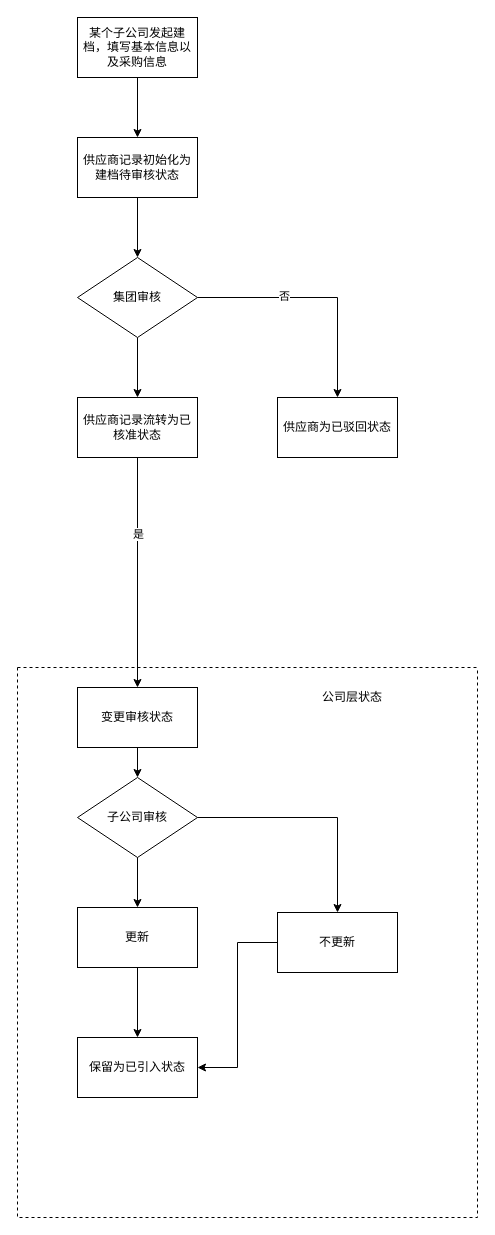
This is gitskills/供应商资料更新流程.drawio from benbenbo/learngit, a draw.io file, before an edit. Source tidied: cells renumbered, new cells numbered last; positions are measured from the earlier drawing's top-left corner, leaving out a move shared by most shapes. Both pictures are drawn from the tidied source at 100%, with x=0, y=0 at pixel (17, 17).
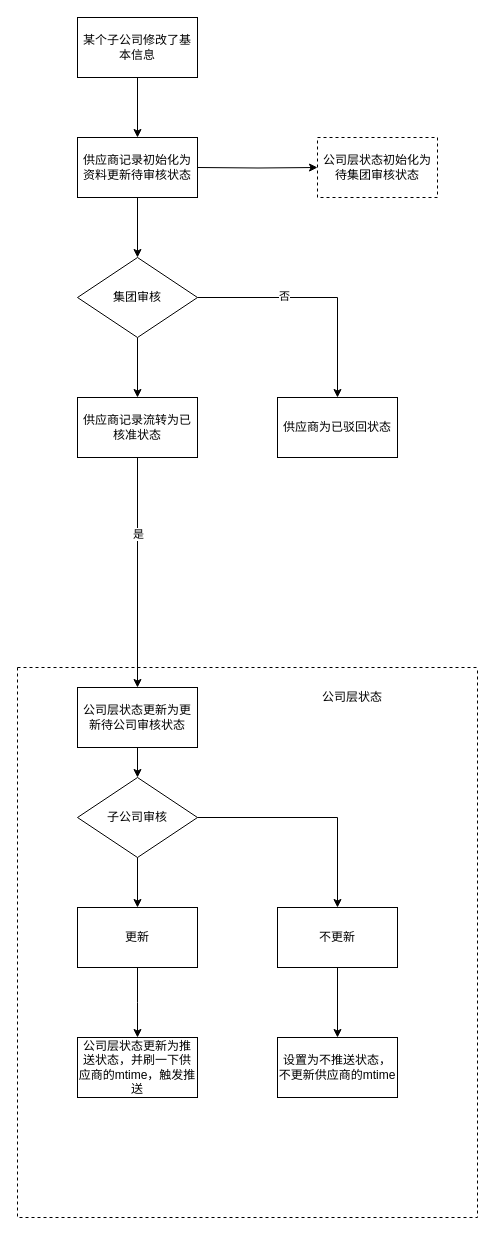
After the change.

Commit message:
Update 供应商资料更新流程.drawio

The change refers to these unchanged cells:
```xml
<mxCell id="13" style="swimlane;startSize=0;dashed=1;fillColor=none;gradientColor=none;" parent="1" vertex="1">
  <mxGeometry y="650" width="460" height="550" as="geometry" />
</mxCell>
<mxCell id="18" value="更新" style="rounded=0;whiteSpace=wrap;html=1;" parent="13" vertex="1">
  <mxGeometry x="60" y="240" width="120" height="60" as="geometry" />
</mxCell>
```

What changed in the source:
```diff
@@
-    <mxCell id="3" value="某个子公司发起建档，填写基本信息以及采购信息" style="rounded=0;whiteSpace=wrap;html=1;" parent="1" vertex="1">
+    <mxCell id="3" value="某个子公司修改了基本信息" style="rounded=0;whiteSpace=wrap;html=1;" parent="1" vertex="1">
       <mxGeometry x="60" width="120" height="60" as="geometry" />
     </mxCell>
@@
-    <mxCell id="5" value="供应商记录初始化为建档待审核状态" style="rounded=0;whiteSpace=wrap;html=1;" parent="1" vertex="1">
+    <mxCell id="5" value="供应商记录初始化为资料更新待审核状态" style="rounded=0;whiteSpace=wrap;html=1;" parent="1" vertex="1">
       <mxGeometry x="60" y="120" width="120" height="60" as="geometry" />
     </mxCell>
@@
-    <mxCell id="17" style="edgeStyle=orthogonalEdgeStyle;rounded=0;jettySize=auto;html=1;entryX=0.5;entryY=0;entryDx=0;entryDy=0;" parent="13" edge="1" source="18" target="21">
-      <mxGeometry relative="1" as="geometry" />
+    <mxCell id="17" style="edgeStyle=orthogonalEdgeStyle;rounded=0;jettySize=auto;html=1;entryX=0.5;entryY=0;entryDx=0;entryDy=0;" parent="13" edge="1" source="18">
+      <mxGeometry relative="1" as="geometry">
+        <mxPoint x="120" y="370" as="targetPoint" />
+      </mxGeometry>
     </mxCell>
@@
-    <mxCell id="20" value="变更审核状态" style="rounded=0;whiteSpace=wrap;html=1;" parent="13" vertex="1">
+    <mxCell id="20" value="公司层状态更新为更新待公司审核状态" style="rounded=0;whiteSpace=wrap;html=1;" parent="13" vertex="1">
       <mxGeometry x="60" y="20" width="120" height="60" as="geometry" />
     </mxCell>
-    <mxCell id="21" value="保留为已引入状态" style="rounded=0;whiteSpace=wrap;html=1;fillColor=none;gradientColor=none;" parent="13" vertex="1">
-      <mxGeometry x="60" y="370" width="120" height="60" as="geometry" />
-    </mxCell>
-    <mxCell id="22" style="edgeStyle=orthogonalEdgeStyle;rounded=0;jettySize=auto;html=1;entryX=1;entryY=0.5;entryDx=0;entryDy=0;" parent="13" edge="1" source="23" target="21">
-      <mxGeometry relative="1" as="geometry" />
-    </mxCell>
+    <mxCell id="26" style="edgeStyle=orthogonalEdgeStyle;rounded=0;jettySize=auto;html=1;entryX=0.5;entryY=0;entryDx=0;entryDy=0;" parent="13" edge="1" source="23" target="28">
+      <mxGeometry relative="1" as="geometry" />
+    </mxCell>
     <mxCell id="23" value="不更新" style="rounded=0;whiteSpace=wrap;html=1;fillColor=none;gradientColor=none;" parent="13" vertex="1">
-      <mxGeometry x="260" y="245" width="120" height="60" as="geometry" />
+      <mxGeometry x="260" y="240" width="120" height="60" as="geometry" />
     </mxCell>
@@
+    <mxCell id="27" value="公司层状态更新为推送状态，并刷一下供应商的mtime，触发推送" style="rounded=0;whiteSpace=wrap;html=1;" parent="13" vertex="1">
+      <mxGeometry x="60" y="370" width="120" height="60" as="geometry" />
+    </mxCell>
+    <mxCell id="28" value="设置为不推送状态，不更新供应商的mtime" style="rounded=0;whiteSpace=wrap;html=1;" parent="13" vertex="1">
+      <mxGeometry x="260" y="370" width="120" height="60" as="geometry" />
+    </mxCell>
@@
+    <mxCell id="29" style="edgeStyle=orthogonalEdgeStyle;rounded=0;jettySize=auto;html=1;entryX=0;entryY=0.5;entryDx=0;entryDy=0;" parent="1" edge="1" target="30">
+      <mxGeometry relative="1" as="geometry">
+        <mxPoint x="180" y="150" as="sourcePoint" />
+      </mxGeometry>
+    </mxCell>
+    <mxCell id="30" value="公司层状态初始化为待集团审核状态" style="rounded=0;whiteSpace=wrap;html=1;dashed=1;" parent="1" vertex="1">
+      <mxGeometry x="300" y="120" width="120" height="60" as="geometry" />
+    </mxCell>
```
